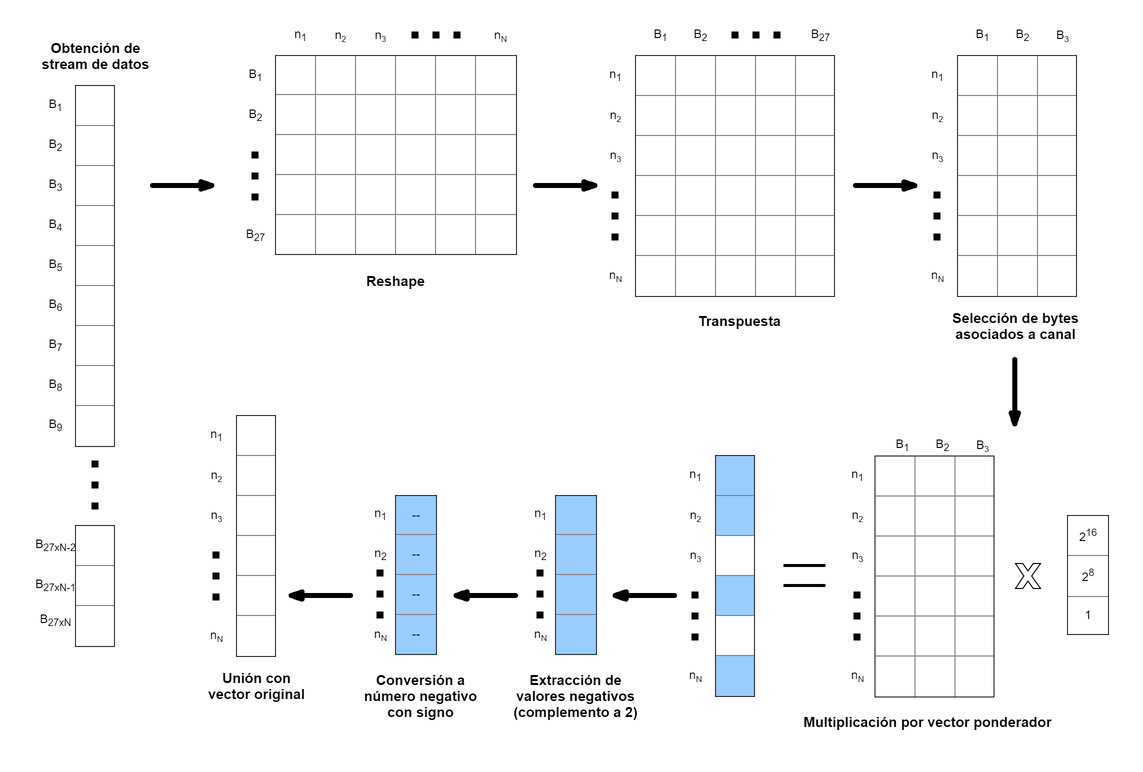
Before: figures/DecoStream.png, a diagram exported from draw.io (EnriqueMC557/Reporte_LIB). Source tidied: cells renumbered, new cells last; positions are measured from the earlier drawing's top-left corner, leaving out a move shared by most shapes.
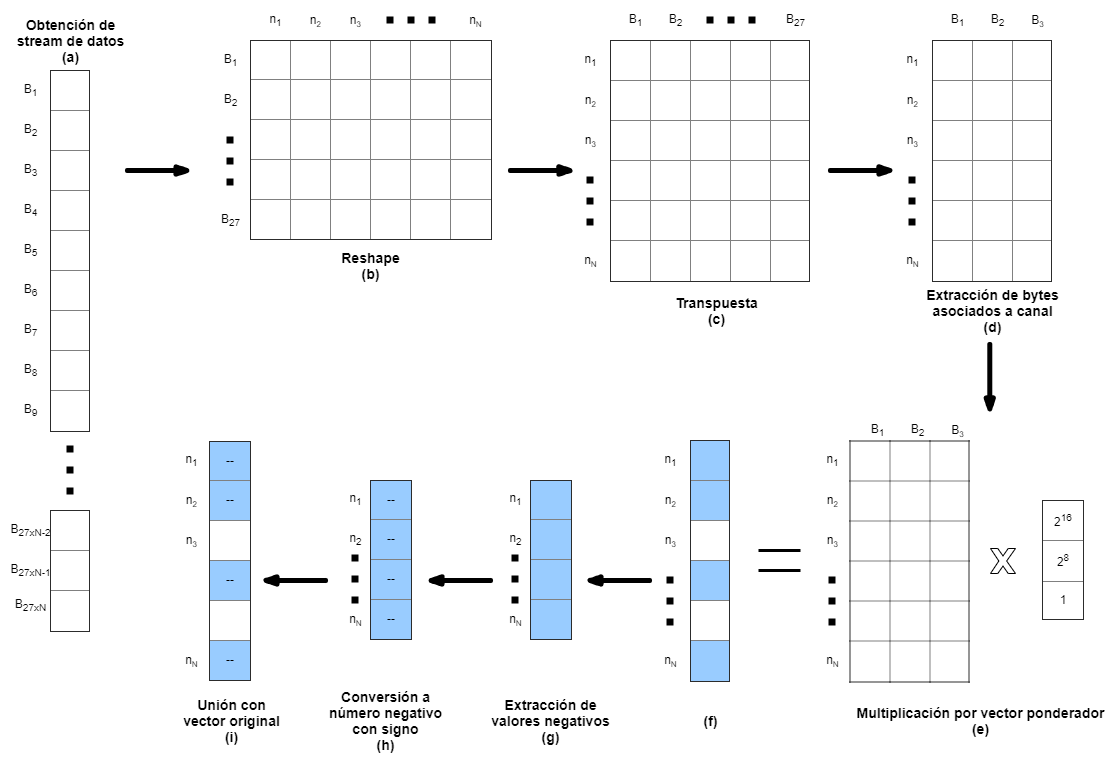
The same diagram one commit later.

Change to the diagram source:
```diff
@@ -4,4 +4,7 @@
     <mxCell id="1" parent="0" />
+    <mxCell id="105" style="group;" parent="1" vertex="1">
+      <mxGeometry x="110" y="30" width="1110" height="765" as="geometry" />
+    </mxCell>
-    <mxCell id="2" style="group;" parent="1" vertex="1">
-      <mxGeometry x="325" width="275" height="230" as="geometry" />
+    <mxCell id="2" style="group;" parent="105" vertex="1">
+      <mxGeometry x="215" y="10" width="275" height="230" as="geometry" />
     </mxCell>
@@ -46,4 +49,4 @@
     </mxCell>
-    <mxCell id="13" style="group;" parent="1" vertex="1">
-      <mxGeometry x="110" y="60" width="90" height="560" as="geometry" />
+    <mxCell id="13" style="group;" parent="105" vertex="1">
+      <mxGeometry y="70" width="90" height="560" as="geometry" />
     </mxCell>
@@ -97,4 +100,4 @@
     </mxCell>
-    <mxCell id="29" style="group;" parent="1" vertex="1">
-      <mxGeometry x="685" width="235" height="270" as="geometry" />
+    <mxCell id="29" style="group;" parent="105" vertex="1">
+      <mxGeometry x="575" y="10" width="235" height="270" as="geometry" />
     </mxCell>
@@ -139,28 +142,4 @@
     </mxCell>
-    <mxCell id="40" style="group;" parent="1" vertex="1">
-      <mxGeometry x="286" y="390" width="75" height="240" as="geometry" />
-    </mxCell>
-    <mxCell id="41" value="&lt;table border=&quot;1&quot; width=&quot;100%&quot; style=&quot;width: 100% ; height: 100% ; border-collapse: collapse&quot;&gt;&lt;tbody&gt;&lt;tr&gt;&lt;td align=&quot;center&quot;&gt;&lt;br&gt;&lt;/td&gt;&lt;td align=&quot;center&quot;&gt;&lt;br&gt;&lt;/td&gt;&lt;td align=&quot;center&quot;&gt;&lt;br&gt;&lt;/td&gt;&lt;td&gt;&lt;br&gt;&lt;/td&gt;&lt;td&gt;&lt;br&gt;&lt;/td&gt;&lt;td&gt;&lt;br&gt;&lt;/td&gt;&lt;/tr&gt;&lt;/tbody&gt;&lt;/table&gt;" style="text;html=1;strokeColor=none;fillColor=none;overflow=fill;rotation=90;" parent="40" vertex="1">
-      <mxGeometry x="-65" y="100" width="240" height="40" as="geometry" />
-    </mxCell>
-    <mxCell id="42" value="n&lt;sub&gt;1&lt;/sub&gt;" style="text;html=1;align=center;verticalAlign=middle;" parent="40" vertex="1">
-      <mxGeometry y="10" width="30" height="20" as="geometry" />
-    </mxCell>
-    <mxCell id="43" value="n&lt;span style=&quot;font-size: 10px&quot;&gt;&lt;sub&gt;2&lt;/sub&gt;&lt;/span&gt;" style="text;html=1;align=center;verticalAlign=middle;" parent="40" vertex="1">
-      <mxGeometry y="50" width="30" height="20" as="geometry" />
-    </mxCell>
-    <mxCell id="44" value="n&lt;span style=&quot;font-size: 10px&quot;&gt;&lt;sub&gt;3&lt;/sub&gt;&lt;/span&gt;" style="text;html=1;align=center;verticalAlign=middle;" parent="40" vertex="1">
-      <mxGeometry y="90" width="30" height="20" as="geometry" />
-    </mxCell>
-    <mxCell id="45" value="n&lt;span style=&quot;font-size: 10px&quot;&gt;&lt;sub&gt;N&lt;/sub&gt;&lt;/span&gt;" style="text;html=1;align=center;verticalAlign=middle;" parent="40" vertex="1">
-      <mxGeometry y="210" width="30" height="20" as="geometry" />
-    </mxCell>
-    <mxCell id="46" style="endArrow=none;html=1;dashed=1;strokeWidth=7;dashPattern=1 2;" parent="40" edge="1">
-      <mxGeometry relative="1" as="geometry">
-        <mxPoint x="14.5" y="185" as="sourcePoint" />
-        <mxPoint x="14.5" y="135" as="targetPoint" />
-      </mxGeometry>
-    </mxCell>
-    <mxCell id="47" style="group;" parent="1" vertex="1">
-      <mxGeometry x="610" y="470" width="70" height="160" as="geometry" />
+    <mxCell id="47" style="group;" parent="105" vertex="1">
+      <mxGeometry x="500" y="480" width="70" height="160" as="geometry" />
     </mxCell>
@@ -184,4 +163,4 @@
     </mxCell>
-    <mxCell id="53" style="group;" parent="1" vertex="1">
-      <mxGeometry x="450" y="470" width="70" height="160" as="geometry" />
+    <mxCell id="53" style="group;" parent="105" vertex="1">
+      <mxGeometry x="340" y="480" width="70" height="160" as="geometry" />
     </mxCell>
@@ -205,4 +184,4 @@
     </mxCell>
-    <mxCell id="59" style="group;" parent="1" vertex="1">
-      <mxGeometry x="1007" width="155" height="270" as="geometry" />
+    <mxCell id="59" style="group;" parent="105" vertex="1">
+      <mxGeometry x="897" y="10" width="155" height="270" as="geometry" />
     </mxCell>
@@ -238,70 +217,70 @@
     </mxCell>
-    <mxCell id="69" style="comic=1;strokeWidth=5;endArrow=blockThin;html=1;fontFamily=Comic Sans MS;fontStyle=1;curved=1;" parent="1" edge="1">
+    <mxCell id="69" style="comic=1;strokeWidth=5;endArrow=blockThin;html=1;fontFamily=Comic Sans MS;fontStyle=1;curved=1;" parent="105" edge="1">
       <mxGeometry relative="1" as="geometry">
-        <mxPoint x="237" y="160" as="sourcePoint" />
-        <mxPoint x="302" y="160" as="targetPoint" />
+        <mxPoint x="127" y="170" as="sourcePoint" />
+        <mxPoint x="192" y="170" as="targetPoint" />
       </mxGeometry>
     </mxCell>
-    <mxCell id="70" style="comic=1;strokeWidth=5;endArrow=blockThin;html=1;fontFamily=Comic Sans MS;fontStyle=1;curved=1;" parent="1" edge="1">
+    <mxCell id="70" style="comic=1;strokeWidth=5;endArrow=blockThin;html=1;fontFamily=Comic Sans MS;fontStyle=1;curved=1;" parent="105" edge="1">
       <mxGeometry relative="1" as="geometry">
-        <mxPoint x="620" y="160" as="sourcePoint" />
-        <mxPoint x="685" y="160" as="targetPoint" />
+        <mxPoint x="510" y="170" as="sourcePoint" />
+        <mxPoint x="575" y="170" as="targetPoint" />
       </mxGeometry>
     </mxCell>
-    <mxCell id="71" style="comic=1;strokeWidth=5;endArrow=blockThin;html=1;fontFamily=Comic Sans MS;fontStyle=1;curved=1;" parent="1" edge="1">
+    <mxCell id="71" style="comic=1;strokeWidth=5;endArrow=blockThin;html=1;fontFamily=Comic Sans MS;fontStyle=1;curved=1;" parent="105" edge="1">
       <mxGeometry relative="1" as="geometry">
-        <mxPoint x="940" y="160" as="sourcePoint" />
-        <mxPoint x="1005" y="160" as="targetPoint" />
+        <mxPoint x="830" y="170" as="sourcePoint" />
+        <mxPoint x="895" y="170" as="targetPoint" />
       </mxGeometry>
     </mxCell>
-    <mxCell id="72" style="comic=1;strokeWidth=5;endArrow=blockThin;html=1;fontFamily=Comic Sans MS;fontStyle=1;curved=1;" parent="1" edge="1">
+    <mxCell id="72" style="comic=1;strokeWidth=5;endArrow=blockThin;html=1;fontFamily=Comic Sans MS;fontStyle=1;curved=1;" parent="105" edge="1">
       <mxGeometry relative="1" as="geometry">
-        <mxPoint x="1099.3" y="334" as="sourcePoint" />
-        <mxPoint x="1099.3" y="404" as="targetPoint" />
+        <mxPoint x="989.3" y="344" as="sourcePoint" />
+        <mxPoint x="989.3" y="414" as="targetPoint" />
       </mxGeometry>
     </mxCell>
-    <mxCell id="73" style="comic=1;strokeWidth=5;endArrow=blockThin;html=1;fontFamily=Comic Sans MS;fontStyle=1;curved=1;" parent="1" edge="1">
+    <mxCell id="73" style="comic=1;strokeWidth=5;endArrow=blockThin;html=1;fontFamily=Comic Sans MS;fontStyle=1;curved=1;" parent="105" edge="1">
       <mxGeometry relative="1" as="geometry">
-        <mxPoint x="759" y="570" as="sourcePoint" />
-        <mxPoint x="694" y="570" as="targetPoint" />
+        <mxPoint x="649" y="580" as="sourcePoint" />
+        <mxPoint x="584" y="580" as="targetPoint" />
       </mxGeometry>
     </mxCell>
-    <mxCell id="74" style="comic=1;strokeWidth=5;endArrow=blockThin;html=1;fontFamily=Comic Sans MS;fontStyle=1;curved=1;" parent="1" edge="1">
+    <mxCell id="74" style="comic=1;strokeWidth=5;endArrow=blockThin;html=1;fontFamily=Comic Sans MS;fontStyle=1;curved=1;" parent="105" edge="1">
       <mxGeometry relative="1" as="geometry">
-        <mxPoint x="600" y="570" as="sourcePoint" />
-        <mxPoint x="535" y="570" as="targetPoint" />
+        <mxPoint x="490" y="580" as="sourcePoint" />
+        <mxPoint x="425" y="580" as="targetPoint" />
       </mxGeometry>
     </mxCell>
-    <mxCell id="75" style="comic=1;strokeWidth=5;endArrow=blockThin;html=1;fontFamily=Comic Sans MS;fontStyle=1;curved=1;" parent="1" edge="1">
+    <mxCell id="75" style="comic=1;strokeWidth=5;endArrow=blockThin;html=1;fontFamily=Comic Sans MS;fontStyle=1;curved=1;" parent="105" edge="1">
       <mxGeometry relative="1" as="geometry">
-        <mxPoint x="435" y="570" as="sourcePoint" />
-        <mxPoint x="370" y="570" as="targetPoint" />
+        <mxPoint x="325" y="580" as="sourcePoint" />
+        <mxPoint x="260" y="580" as="targetPoint" />
       </mxGeometry>
     </mxCell>
-    <mxCell id="76" value="&lt;h3&gt;Obtención de&lt;br&gt;stream de datos&lt;/h3&gt;" style="text;html=1;align=center;verticalAlign=middle;" parent="1" vertex="1">
-      <mxGeometry x="120" width="120" height="60" as="geometry" />
+    <mxCell id="76" value="&lt;h3&gt;Obtención de&lt;br&gt;stream de datos&lt;br&gt;(a)&lt;/h3&gt;" style="text;html=1;align=center;verticalAlign=middle;" parent="105" vertex="1">
+      <mxGeometry x="10" width="120" height="80" as="geometry" />
     </mxCell>
-    <mxCell id="77" value="&lt;h3&gt;Reshape&lt;/h3&gt;" style="text;html=1;align=center;verticalAlign=middle;" parent="1" vertex="1">
-      <mxGeometry x="445" y="230" width="70" height="50" as="geometry" />
+    <mxCell id="77" value="&lt;h3&gt;Reshape&lt;br&gt;(b)&lt;/h3&gt;" style="text;html=1;align=center;verticalAlign=middle;" parent="105" vertex="1">
+      <mxGeometry x="335" y="235" width="70" height="60" as="geometry" />
     </mxCell>
-    <mxCell id="78" value="&lt;h3&gt;Transpuesta&lt;/h3&gt;" style="text;html=1;align=center;verticalAlign=middle;" parent="1" vertex="1">
-      <mxGeometry x="774" y="270" width="100" height="50" as="geometry" />
+    <mxCell id="78" value="&lt;h3&gt;Transpuesta&lt;br&gt;(c)&lt;/h3&gt;" style="text;html=1;align=center;verticalAlign=middle;" parent="105" vertex="1">
+      <mxGeometry x="666" y="280" width="100" height="60" as="geometry" />
     </mxCell>
-    <mxCell id="79" value="&lt;h3&gt;Selección de bytes&lt;br&gt;asociados a canal&lt;/h3&gt;" style="text;html=1;align=center;verticalAlign=middle;" parent="1" vertex="1">
-      <mxGeometry x="1030" y="270" width="140" height="60" as="geometry" />
+    <mxCell id="79" value="&lt;h3&gt;Extracción de bytes&lt;br&gt;asociados a canal&lt;br&gt;(d)&lt;/h3&gt;" style="text;html=1;align=center;verticalAlign=middle;" parent="105" vertex="1">
+      <mxGeometry x="917" y="270" width="150" height="80" as="geometry" />
     </mxCell>
-    <mxCell id="80" value="&lt;h3&gt;Multiplicación por&amp;nbsp;vector ponderador&lt;/h3&gt;" style="text;html=1;align=center;verticalAlign=middle;" parent="1" vertex="1">
-      <mxGeometry x="882" y="670.5" width="260" height="50" as="geometry" />
+    <mxCell id="80" value="&lt;h3&gt;Multiplicación por&amp;nbsp;vector ponderador&lt;br&gt;(e)&lt;/h3&gt;" style="text;html=1;align=center;verticalAlign=middle;" parent="105" vertex="1">
+      <mxGeometry x="850" y="690" width="260" height="60" as="geometry" />
     </mxCell>
-    <mxCell id="81" value="&lt;h3&gt;Extracción de&lt;br&gt;valores&amp;nbsp;negativos&lt;br&gt;(complemento&amp;nbsp;a 2)&lt;/h3&gt;" style="text;html=1;align=center;verticalAlign=middle;" parent="1" vertex="1">
-      <mxGeometry x="590" y="630" width="140" height="80" as="geometry" />
+    <mxCell id="81" value="&lt;h3&gt;Extracción de&lt;br&gt;valores&amp;nbsp;negativos&lt;br&gt;(g)&lt;/h3&gt;" style="text;html=1;align=center;verticalAlign=middle;" parent="105" vertex="1">
+      <mxGeometry x="485" y="680" width="130" height="80" as="geometry" />
     </mxCell>
-    <mxCell id="82" value="&lt;h3&gt;Conversión a&lt;br&gt;número negativo&lt;br&gt;con signo&lt;/h3&gt;" style="text;html=1;align=center;verticalAlign=middle;" parent="1" vertex="1">
-      <mxGeometry x="440" y="630" width="130" height="80" as="geometry" />
+    <mxCell id="82" value="&lt;h3&gt;Conversión a&lt;br&gt;número negativo&lt;br&gt;con signo&lt;br&gt;(h)&lt;/h3&gt;" style="text;html=1;align=center;verticalAlign=middle;" parent="105" vertex="1">
+      <mxGeometry x="320" y="675" width="130" height="90" as="geometry" />
     </mxCell>
-    <mxCell id="83" value="&lt;h3&gt;Unión con&lt;br&gt;vector original&lt;/h3&gt;" style="text;html=1;align=center;verticalAlign=middle;" parent="1" vertex="1">
-      <mxGeometry x="286" y="630" width="110" height="60" as="geometry" />
+    <mxCell id="83" value="&lt;h3&gt;Unión con&lt;br&gt;vector original&lt;br&gt;(i)&lt;/h3&gt;" style="text;html=1;align=center;verticalAlign=middle;" parent="105" vertex="1">
+      <mxGeometry x="176" y="680" width="110" height="80" as="geometry" />
     </mxCell>
-    <mxCell id="84" style="group;" parent="1" vertex="1">
-      <mxGeometry x="765" y="430" width="75" height="240" as="geometry" />
+    <mxCell id="84" style="group;" parent="105" vertex="1">
+      <mxGeometry x="655" y="440" width="75" height="240" as="geometry" />
     </mxCell>
@@ -331,4 +310,4 @@
     </mxCell>
-    <mxCell id="92" style="group;" parent="1" vertex="1">
-      <mxGeometry x="868" y="410" width="334" height="260.5" as="geometry" />
+    <mxCell id="92" style="group;" parent="105" vertex="1">
+      <mxGeometry x="758" y="420" width="334" height="260.5" as="geometry" />
     </mxCell>
@@ -373,2 +352,20 @@
     </mxCell>
+    <mxCell id="106" value="&lt;h3&gt;(f)&lt;/h3&gt;" style="text;html=1;align=center;verticalAlign=middle;" parent="105" vertex="1">
+      <mxGeometry x="695" y="695" width="30" height="50" as="geometry" />
+    </mxCell>
+    <mxCell id="42" value="n&lt;sub&gt;1&lt;/sub&gt;" style="text;html=1;align=center;verticalAlign=middle;" parent="105" vertex="1">
+      <mxGeometry x="176" y="450" width="30" height="20" as="geometry" />
+    </mxCell>
+    <mxCell id="43" value="n&lt;span style=&quot;font-size: 10px&quot;&gt;&lt;sub&gt;2&lt;/sub&gt;&lt;/span&gt;" style="text;html=1;align=center;verticalAlign=middle;" parent="105" vertex="1">
+      <mxGeometry x="176" y="490" width="30" height="20" as="geometry" />
+    </mxCell>
+    <mxCell id="44" value="n&lt;span style=&quot;font-size: 10px&quot;&gt;&lt;sub&gt;3&lt;/sub&gt;&lt;/span&gt;" style="text;html=1;align=center;verticalAlign=middle;" parent="105" vertex="1">
+      <mxGeometry x="176" y="530" width="30" height="20" as="geometry" />
+    </mxCell>
+    <mxCell id="45" value="n&lt;span style=&quot;font-size: 10px&quot;&gt;&lt;sub&gt;N&lt;/sub&gt;&lt;/span&gt;" style="text;html=1;align=center;verticalAlign=middle;" parent="105" vertex="1">
+      <mxGeometry x="176" y="650" width="30" height="20" as="geometry" />
+    </mxCell>
+    <mxCell id="107" value="&lt;table border=&quot;1&quot; width=&quot;100%&quot; style=&quot;width: 100% ; height: 100% ; border-collapse: collapse ; background-color: rgb(153 , 204 , 255)&quot;&gt;&lt;tbody&gt;&lt;tr&gt;&lt;td align=&quot;center&quot;&gt;--&lt;/td&gt;&lt;/tr&gt;&lt;tr&gt;&lt;td align=&quot;center&quot;&gt;--&lt;/td&gt;&lt;/tr&gt;&lt;tr&gt;&lt;td style=&quot;background-color: rgb(255 , 255 , 255)&quot;&gt;&lt;span&gt;&lt;br&gt;&lt;/span&gt;&lt;/td&gt;&lt;/tr&gt;&lt;tr&gt;&lt;td align=&quot;center&quot;&gt;--&lt;/td&gt;&lt;/tr&gt;&lt;tr&gt;&lt;td style=&quot;background-color: rgb(255 , 255 , 255)&quot;&gt;&lt;br&gt;&lt;/td&gt;&lt;/tr&gt;&lt;tr&gt;&lt;td style=&quot;text-align: center&quot;&gt;--&lt;/td&gt;&lt;/tr&gt;&lt;/tbody&gt;&lt;/table&gt;" style="text;html=1;strokeColor=none;fillColor=none;overflow=fill;" parent="105" vertex="1">
+      <mxGeometry x="209" y="440.5" width="40" height="240" as="geometry" />
+    </mxCell>
   </root>
```
